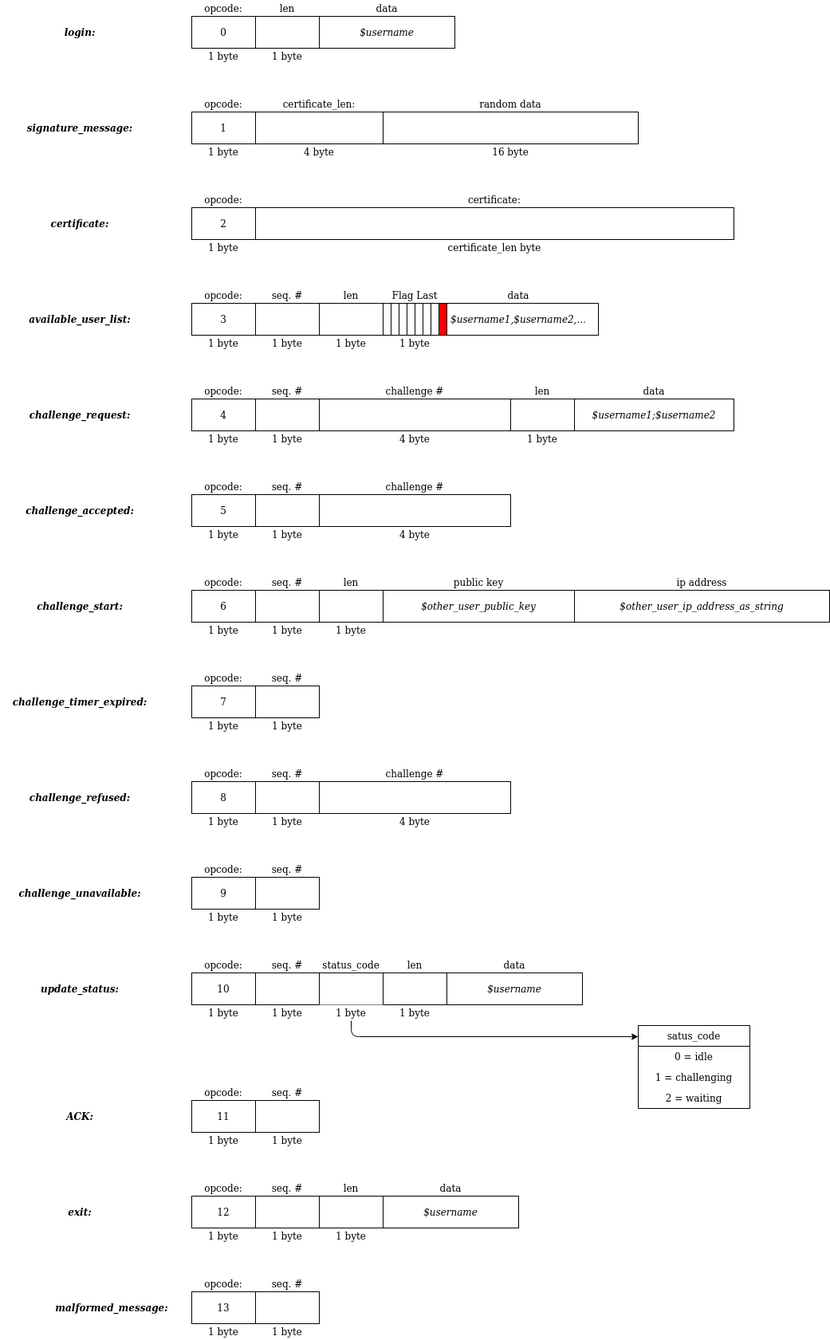
This is docs/client_server_message_format.png from rafnocerino/Secure_4_inArow, a draw.io export, as it was before one commit. Source tidied: cells renumbered, new cells last; positions are measured from the earlier drawing's top-left corner, leaving out a move shared by most shapes.
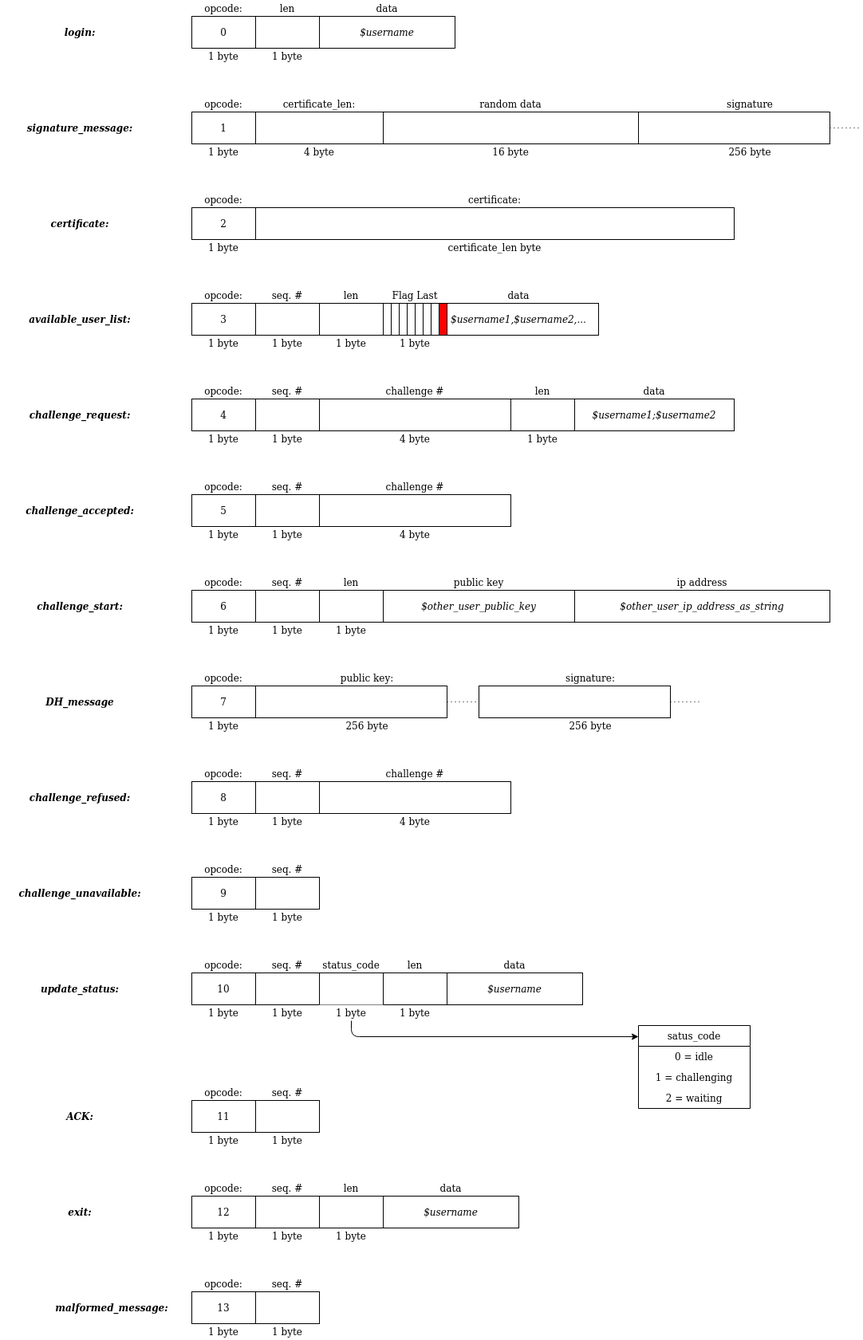
The same file after the commit.

Change to the diagram source:
```diff
@@ -206,7 +206,7 @@
     <mxCell id="69" value="ip address" style="text;html=1;strokeColor=none;fillColor=none;align=center;verticalAlign=middle;whiteSpace=wrap;rounded=0;" parent="1" vertex="1">
       <mxGeometry x="720" y="720" width="320" height="20" as="geometry" />
     </mxCell>
-    <mxCell id="70" value="&lt;i&gt;&lt;b&gt;challenge_timer_expired:&lt;/b&gt;&lt;/i&gt;" style="text;html=1;strokeColor=none;fillColor=none;align=center;verticalAlign=middle;whiteSpace=wrap;rounded=0;" parent="1" vertex="1">
+    <mxCell id="70" value="&lt;i&gt;&lt;b&gt;DH_message&lt;/b&gt;&lt;/i&gt;" style="text;html=1;strokeColor=none;fillColor=none;align=center;verticalAlign=middle;whiteSpace=wrap;rounded=0;" parent="1" vertex="1">
       <mxGeometry y="870" width="200" height="20" as="geometry" />
     </mxCell>
     <mxCell id="71" value="opcode:" style="text;html=1;strokeColor=none;fillColor=none;align=center;verticalAlign=middle;whiteSpace=wrap;rounded=0;" parent="1" vertex="1">
@@ -218,15 +218,6 @@
     <mxCell id="73" value="1 byte" style="text;html=1;strokeColor=none;fillColor=none;align=center;verticalAlign=middle;whiteSpace=wrap;rounded=0;" parent="1" vertex="1">
       <mxGeometry x="240" y="900" width="80" height="20" as="geometry" />
     </mxCell>
-    <mxCell id="74" value="seq. #" style="text;html=1;strokeColor=none;fillColor=none;align=center;verticalAlign=middle;whiteSpace=wrap;rounded=0;" parent="1" vertex="1">
-      <mxGeometry x="320" y="840" width="80" height="20" as="geometry" />
-    </mxCell>
-    <mxCell id="75" style="rounded=0;whiteSpace=wrap;html=1;" parent="1" vertex="1">
-      <mxGeometry x="320" y="860" width="80" height="40" as="geometry" />
-    </mxCell>
-    <mxCell id="76" value="1 byte" style="text;html=1;strokeColor=none;fillColor=none;align=center;verticalAlign=middle;whiteSpace=wrap;rounded=0;" parent="1" vertex="1">
-      <mxGeometry x="320" y="900" width="80" height="20" as="geometry" />
-    </mxCell>
     <mxCell id="77" value="&lt;i&gt;&lt;b&gt;challenge_refused:&lt;/b&gt;&lt;/i&gt;" style="text;html=1;strokeColor=none;fillColor=none;align=center;verticalAlign=middle;whiteSpace=wrap;rounded=0;" parent="1" vertex="1">
       <mxGeometry y="990" width="200" height="20" as="geometry" />
     </mxCell>
@@ -478,5 +469,45 @@
     <mxCell id="158" value="certificate:" style="text;html=1;strokeColor=none;fillColor=none;align=center;verticalAlign=middle;whiteSpace=wrap;rounded=0;" parent="1" vertex="1">
       <mxGeometry x="320" y="240" width="600" height="20" as="geometry" />
     </mxCell>
+    <mxCell id="159" style="edgeStyle=orthogonalEdgeStyle;rounded=0;jettySize=auto;html=1;exitX=1;exitY=0.5;exitDx=0;exitDy=0;entryX=0;entryY=0.5;entryDx=0;entryDy=0;dashed=1;dashPattern=1 4;endArrow=none;endFill=0;" parent="1" edge="1" source="160" target="169">
+      <mxGeometry relative="1" as="geometry" />
+    </mxCell>
+    <mxCell id="160" style="rounded=0;whiteSpace=wrap;html=1;" parent="1" vertex="1">
+      <mxGeometry x="320" y="860" width="240" height="40" as="geometry" />
+    </mxCell>
+    <mxCell id="161" value="public key:" style="text;html=1;strokeColor=none;fillColor=none;align=center;verticalAlign=middle;whiteSpace=wrap;rounded=0;" parent="1" vertex="1">
+      <mxGeometry x="320" y="840" width="280" height="20" as="geometry" />
+    </mxCell>
+    <mxCell id="162" style="edgeStyle=orthogonalEdgeStyle;rounded=0;jettySize=auto;html=1;exitX=1;exitY=0.5;exitDx=0;exitDy=0;dashed=1;dashPattern=1 4;endArrow=none;endFill=0;" parent="1" edge="1" source="163">
+      <mxGeometry relative="1" as="geometry">
+        <mxPoint x="1080" y="160" as="targetPoint" />
+      </mxGeometry>
+    </mxCell>
+    <mxCell id="163" style="rounded=0;whiteSpace=wrap;html=1;" parent="1" vertex="1">
+      <mxGeometry x="800" y="140" width="240" height="40" as="geometry" />
+    </mxCell>
+    <mxCell id="164" value="signature" style="text;html=1;strokeColor=none;fillColor=none;align=center;verticalAlign=middle;whiteSpace=wrap;rounded=0;" parent="1" vertex="1">
+      <mxGeometry x="800" y="120" width="280" height="20" as="geometry" />
+    </mxCell>
+    <mxCell id="165" value="256 byte" style="text;html=1;strokeColor=none;fillColor=none;align=center;verticalAlign=middle;whiteSpace=wrap;rounded=0;" parent="1" vertex="1">
+      <mxGeometry x="800" y="180" width="280" height="20" as="geometry" />
+    </mxCell>
+    <mxCell id="166" value="256 byte" style="text;html=1;strokeColor=none;fillColor=none;align=center;verticalAlign=middle;whiteSpace=wrap;rounded=0;" parent="1" vertex="1">
+      <mxGeometry x="320" y="900" width="280" height="20" as="geometry" />
+    </mxCell>
+    <mxCell id="167" style="edgeStyle=orthogonalEdgeStyle;rounded=0;jettySize=auto;html=1;exitX=1;exitY=0.5;exitDx=0;exitDy=0;dashed=1;dashPattern=1 4;endArrow=none;endFill=0;" parent="1" edge="1" source="169">
+      <mxGeometry relative="1" as="geometry">
+        <mxPoint x="880" y="880" as="targetPoint" />
+      </mxGeometry>
+    </mxCell>
+    <mxCell id="168" value="256 byte" style="text;html=1;strokeColor=none;fillColor=none;align=center;verticalAlign=middle;whiteSpace=wrap;rounded=0;" parent="1" vertex="1">
+      <mxGeometry x="600" y="900" width="280" height="20" as="geometry" />
+    </mxCell>
+    <mxCell id="169" style="rounded=0;whiteSpace=wrap;html=1;" parent="1" vertex="1">
+      <mxGeometry x="600" y="860" width="240" height="40" as="geometry" />
+    </mxCell>
+    <mxCell id="170" value="signature:" style="text;html=1;strokeColor=none;fillColor=none;align=center;verticalAlign=middle;whiteSpace=wrap;rounded=0;" parent="1" vertex="1">
+      <mxGeometry x="600" y="840" width="280" height="20" as="geometry" />
+    </mxCell>
   </root>
 </mxGraphModel>
```
